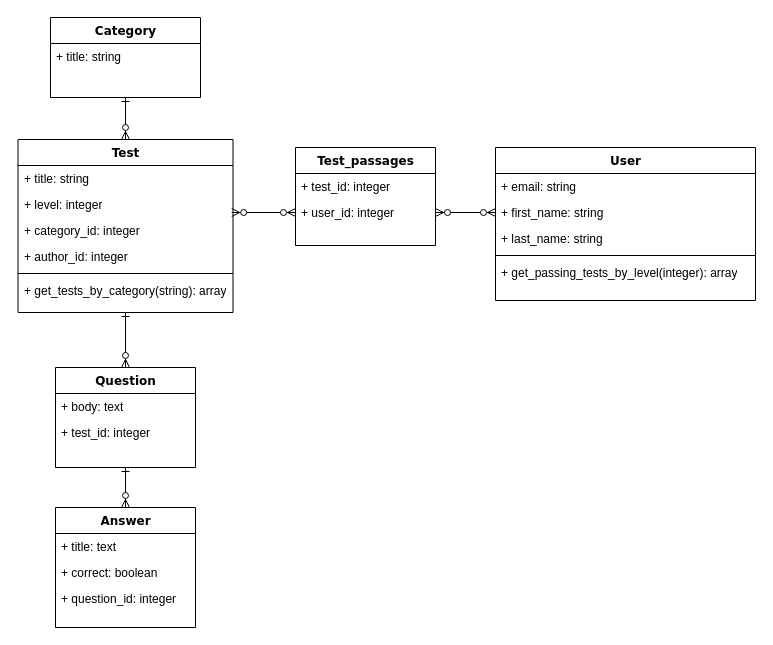
This is Model_Diagram.drawio from ostbob/test-guru, a draw.io file, before an edit. Source tidied: cells renumbered, new cells numbered last; positions are measured from the earlier drawing's top-left corner, leaving out a move shared by most shapes. Both pictures are drawn from the tidied source at 100%, with x=0, y=0 at pixel (17, 17).
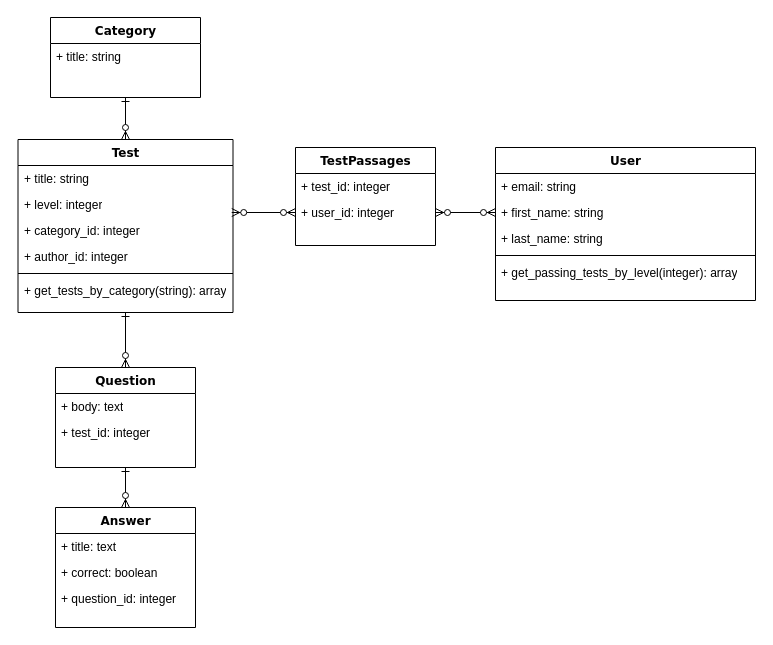
After the change.

Change to the diagram source:
```diff
@@
-    <mxCell id="2" value="Test_passages" style="swimlane;html=1;fontStyle=1;align=center;verticalAlign=top;horizontal=1;startSize=26;swimlaneFillColor=#ffffff;rounded=0;shadow=0;comic=0;labelBackgroundColor=none;strokeWidth=1;fillColor=none;fontFamily=Verdana;fontSize=12;" parent="1" vertex="1">
+    <mxCell id="2" value="TestPassages" style="swimlane;html=1;fontStyle=1;align=center;verticalAlign=top;horizontal=1;startSize=26;swimlaneFillColor=#ffffff;rounded=0;shadow=0;comic=0;labelBackgroundColor=none;strokeWidth=1;fillColor=none;fontFamily=Verdana;fontSize=12;" parent="1" vertex="1">
       <mxGeometry x="278" y="130" width="140" height="98" as="geometry" />
     </mxCell>
```
